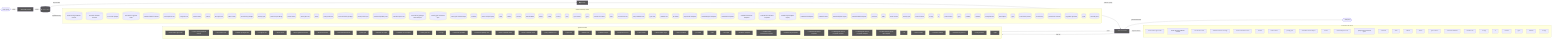
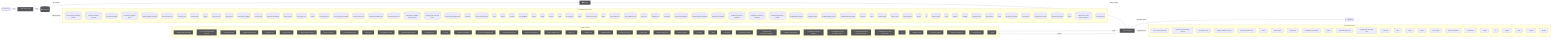
flowchart LR
  UserQ(["👤 User Query"])
  Embed["📐 Embedding Model"]
  VecDB[("📚 Vector Store")]
  Retriever["🔍 Retriever"]
  LLMNode["🧠 LLM / Generator"]
  Output(["✅ Response"])
  UserQ -->|query| Embed
  Embed -->|vector| VecDB
  VecDB -->|top-k chunks| Retriever
  Retriever -->|context + query| LLMNode
  LLMNode -->|generated answer| Output
  subgraph DetectedMemory["Detected memory stores"]
    det_detectedmemory_check_steering_feedback_contract_80134459[("check-steering-feedback-contract")]
    det_detectedmemory_normalize_workflow_contracts_8701f1c8[("normalize-workflow-contracts")]
    det_detectedmemory_sync_codex_preflight_7e7a8dc2[("sync-codex-preflight")]
    det_detectedmemory_test_harness_upgrade_matrix_84113c4e[("test-harness-upgrade-matrix")]
    det_detectedmemory_validate_workflow_contracts_33dc063c[("validate-workflow-contracts")]
    det_detectedmemory_branch_protect_core_a8feb0fd[("branch-protect-core")]
    det_detectedmemory_ci_migrate_core_7005b5af[("ci-migrate-core")]
    det_detectedmemory_context_health_80bb7da9[("context-health")]
    det_detectedmemory_context_ea7792a2[("context")]
    det_detectedmemory_docs_gate_core_eb9b6c18[("docs-gate-core")]
    det_detectedmemory_index_context_de3ed39d[("index-context")]
    det_detectedmemory_local_memory_preflight_dcc36c42[("local-memory-preflight")]
    det_detectedmemory_memory_gate_a577a506[("memory-gate")]
    det_detectedmemory_pattern_scope_siblings_43abe000[("pattern-scope-siblings")]
    det_detectedmemory_review_context_ca6cf81d[("review-context")]
    det_detectedmemory_review_gate_core_4c8001f9[("review-gate-core")]
    det_detectedmemory_search_24193290[("search")]
    det_detectedmemory_tooling_audit_core_328d6a41[("tooling-audit-core")]
    det_detectedmemory_run_local_memory_preflight_36e92808[("run-local-memory-preflight")]
    det_detectedmemory_branch_protect_sync_570adb18[("branch-protect-sync")]
    det_detectedmemory_command_capability_rules_ca3f496a[("command-capability-rules")]
    det_detectedmemory_command_specs_core_1c0ffc99[("command-specs-core")]
    det_detectedmemory_local_memory_preflight_command_spec_9e23f3ce[("local-memory-preflight-command-spec")]
    det_detectedmemory_memory_gate_command_spec_dc9001a9[("memory-gate-command-spec")]
    det_detectedmemory_review_gate_command_spec_3187376a[("review-gate-command-spec")]
    det_detectedmemory_constants_7517017f[("constants")]
    det_detectedmemory_context_compact_policy_3dcaf95d[("context-compact-policy")]
    det_detectedmemory_index_1bc04b52[("index")]
    det_detectedmemory_indexer_70fa78e5[("indexer")]
    det_detectedmemory_init_error_5c7dd49f[("init-error")]
    det_detectedmemory_lexical_fallback_723e2b3e[("lexical-fallback")]
    det_detectedmemory_ollama_76e3c7bf[("ollama")]
    det_detectedmemory_rollout_a4fa034c[("rollout")]
    det_detectedmemory_sources_878a52fc[("sources")]
    det_detectedmemory_store_824d80d7[("store")]
    det_detectedmemory_sync_contract_c79fa191[("sync-contract")]
    det_detectedmemory_types_4_822d0f88[("types")]
    det_detectedmemory_harness_run_context_ac7c77a9[("harness-run-context")]
    det_detectedmemory_index_1_faebc14e[("index")]
    det_detectedmemory_json_schema_core_96d7e328[("json-schema-core")]
    det_detectedmemory_policy_validators_core_714a3fe7[("policy-validators-core")]
    det_detectedmemory_types_core_e405ddca[("types-core")]
    det_detectedmemory_validator_core_4358f8ba[("validator-core")]
    det_detectedmemory_init_modes_c05ceb07[("init-modes")]
    det_detectedmemory_project_brain_templates_7ef51530[("project-brain-templates")]
    det_detectedmemory_scaffold_diagram_templates_dd88e83c[("scaffold-diagram-templates")]
    det_detectedmemory_scaffold_doc_templates_f6152330[("scaffold-doc-templates")]
    det_detectedmemory_scaffold_environment_templates_c1ceba6a[("scaffold-environment-templates")]
    det_detectedmemory_scaffold_root_command_templates_404fed7f[("scaffold-root-command-templates")]
    det_detectedmemory_scaffold_script_template_registry_69312d4e[("scaffold-script-template-registry")]
    det_detectedmemory_scaffold_shell_templates_0ad0f915[("scaffold-shell-templates")]
    det_detectedmemory_scaffold_surfaces_12d6494e[("scaffold-surfaces")]
    det_detectedmemory_scaffold_template_registry_b1cce2aa[("scaffold-template-registry")]
    det_detectedmemory_scaffold_workflow_template_92310587[("scaffold-workflow-template")]
    det_detectedmemory_eval_seed_5699fd3e[("eval-seed")]
    det_detectedmemory_index_4_013aa0e3[("index")]
    det_detectedmemory_review_context_1_e3afed15[("review-context")]
    det_detectedmemory_memory_gate_1_265164ac[("memory-gate")]
    det_detectedmemory_branch_enforcer_acb749cd[("branch-enforcer")]
    det_detectedmemory_cli_args_5_09ea29f0[("cli-args")]
    det_detectedmemory_cli_4_4efe97c7[("cli")]
    det_detectedmemory_metrics_tracker_98cec29c[("metrics-tracker")]
    det_detectedmemory_types_11_4be3ee64[("types")]
    det_detectedmemory_validator_4_5180cf23[("validator")]
    det_detectedmemory_classifier_fe1991a9[("classifier")]
    det_detectedmemory_tooling_baseline_50ab2eeb[("tooling-baseline")]
    det_detectedmemory_claim_helpers_20dc8387[("claim-helpers")]
    det_detectedmemory_types_16_0fae1112[("types")]
    det_detectedmemory_local_memory_smoke_1175abfc[("local-memory-smoke")]
    det_detectedmemory_local_memory_0db17ecc[("local-memory")]
    det_detectedmemory_performance_overload_c685bfcf[("performance-overload")]
    det_detectedmemory_suggestion_generator_0956f794[("suggestion-generator")]
    det_detectedmemory_types_23_4352ee2e[("types")]
+     det_detectedmemory_runtime_card_codex_runtime_validation_d8ce9934[("runtime-card-codex-runtime-validation")]
    det_detectedmemory_overload_guard_2748c559[("overload-guard")]
  end
  VecDB -. "implemented by" .-> DetectedMemory
  subgraph DetectedLLM["Detected LLM clients"]
    det_detectedllm_check_codex_agent_roles_5bb2e89b["check-codex-agent-roles"]
    det_detectedllm_check_steering_feedback_contract_80134459["check-steering-feedback-contract"]
    det_detectedllm_run_harness_evals_77704768["run-harness-evals"]
    det_detectedllm_validate_reviewer_coverage_251efee3["validate-reviewer-coverage"]
    det_detectedllm_check_environment_core_2c16213f["check-environment-core"]
    det_detectedllm_context_ea7792a2["context"]
    det_detectedllm_index_context_de3ed39d["index-context"]
    det_detectedllm_prompt_gate_c5e9d207["prompt-gate"]
    det_detectedllm_remediate_runner_helpers_929fedcc["remediate-runner-helpers"]
    det_detectedllm_search_24193290["search"]
    det_detectedllm_command_specs_core_1c0ffc99["command-specs-core"]
    det_detectedllm_prompt_gate_command_spec_9a941482["prompt-gate-command-spec"]
    det_detectedllm_constants_7517017f["constants"]
    det_detectedllm_index_1bc04b52["index"]
    det_detectedllm_indexer_70fa78e5["indexer"]
    det_detectedllm_ollama_76e3c7bf["ollama"]
    det_detectedllm_sync_contract_c79fa191["sync-contract"]
    det_detectedllm_north_star_validators_cfc926ce["north-star-validators"]
    det_detectedllm_sensitive_text_7c11f760["sensitive-text"]
    det_detectedllm_cli_args_9_9c136878["cli-args"]
    det_detectedllm_cli_8_e3a6ce03["cli"]
    det_detectedllm_sections_4697ef32["sections"]
    det_detectedllm_types_19_eb4ad5f0["types"]
    det_detectedllm_validator_6_3688adbf["validator"]
    det_detectedllm_cli_args_10_861cdd3f["cli-args"]
  end
  LLMNode -. "implemented by" .-> DetectedLLM
  subgraph DetectedTools["Agentic tool calls"]
    det_detectedtools_check_codex_agent_roles_5bb2e89b["🔧 check-codex-agent-roles"]
    det_detectedtools_check_steering_feedback_contract_80134459["🔧 check-steering-feedback-contract"]
    det_detectedtools_run_harness_evals_77704768["🔧 run-harness-evals"]
    det_detectedtools_validate_packaged_skill_5e32c890["🔧 validate-packaged-skill"]
    det_detectedtools_ci_migrate_core_7005b5af["🔧 ci-migrate-core"]
    det_detectedtools_doctor_checks_5a2eb2b9["🔧 doctor-checks"]
    det_detectedtools_doctor_github_tool_checks_a53b0382["🔧 doctor-github-tool-checks"]
    det_detectedtools_doctor_tool_checks_4acac51a["🔧 doctor-tool-checks"]
    det_detectedtools_next_blocked_decisions_4140ad2b["🔧 next-blocked-decisions"]
    det_detectedtools_policy_gate_213f7313["🔧 policy-gate"]
    det_detectedtools_remediate_cli_output_cc165396["🔧 remediate-cli-output"]
    det_detectedtools_remediate_runner_helpers_929fedcc["🔧 remediate-runner-helpers"]
    det_detectedtools_review_gate_core_4c8001f9["🔧 review-gate-core"]
    det_detectedtools_cli_args_1_6144b055["🔧 cli-args"]
    det_detectedtools_command_capabilities_a4d5c71e["🔧 command-capabilities"]
    det_detectedtools_command_capability_rules_ca3f496a["🔧 command-capability-rules"]
    det_detectedtools_linear_command_actions_e430f4f4["🔧 linear-command-actions"]
    det_detectedtools_linear_command_runner_4a740dfc["🔧 linear-command-runner"]
    det_detectedtools_policy_validators_core_714a3fe7["🔧 policy-validators-core"]
    det_detectedtools_types_core_e405ddca["🔧 types-core"]
    det_detectedtools_validator_core_4358f8ba["🔧 validator-core"]
    det_detectedtools_validator_helpers_7b927667["🔧 validator-helpers"]
    det_detectedtools_he_phase_exit_core_1148895b["🔧 he-phase-exit-core"]
    det_detectedtools_ralph_runtime_73d63c0e["🔧 ralph-runtime"]
    det_detectedtools_observed_skill_usage_ed7d5930["🔧 observed-skill-usage"]
    det_detectedtools_closure_evidence_aaa31467["🔧 closure-evidence"]
    det_detectedtools_pr_creator_dc6b1ea4["🔧 pr-creator"]
    det_detectedtools_client_948fe603["🔧 client"]
    det_detectedtools_init_output_360dce91["🔧 init-output"]
    det_detectedtools_scaffold_ci_templates_2afd6392["🔧 scaffold-ci-templates"]
    det_detectedtools_scaffold_codex_environment_templates_334fbbed["🔧 scaffold-codex-environment-templates"]
    det_detectedtools_scaffold_config_templates_4b80ce53["🔧 scaffold-config-templates"]
    det_detectedtools_scaffold_environment_templates_c1ceba6a["🔧 scaffold-environment-templates"]
    det_detectedtools_scaffold_github_actions_pr_pipeline_renderer_1ee18de5["🔧 scaffold-github-actions-pr-pipeline-renderer"]
    det_detectedtools_scaffold_github_actions_pr_pipeline_template_e2b85f62["🔧 scaffold-github-actions-pr-pipeline-template"]
    det_detectedtools_scaffold_release_private_npm_template_075499f8["🔧 scaffold-release-private-npm-template"]
    det_detectedtools_cli_4_4efe97c7["🔧 cli"]
    det_detectedtools_metrics_tracker_98cec29c["🔧 metrics-tracker"]
    det_detectedtools_normalise_renderer_85f2e563["🔧 normalise-renderer"]
    det_detectedtools_evaluation_engine_core_e054fe49["🔧 evaluation-engine-core"]
    det_detectedtools_tooling_baseline_50ab2eeb["🔧 tooling-baseline"]
    det_detectedtools_types_25_89d086aa["🔧 types"]
  end
  LLMNode -->|tool use| DetectedTools
  DetectedTools -->|result| LLMNode
  classDef memNode fill:#555,color:#fff
  class VecDB,Retriever memNode
  classDef llmNode fill:#555,color:#fff
  class LLMNode,Embed llmNode
  classDef toolNode fill:#555,color:#fff
  class det_detectedtools_check_codex_agent_roles_5bb2e89b,det_detectedtools_check_steering_feedback_contract_80134459,det_detectedtools_run_harness_evals_77704768,det_detectedtools_validate_packaged_skill_5e32c890,det_detectedtools_ci_migrate_core_7005b5af,det_detectedtools_doctor_checks_5a2eb2b9,det_detectedtools_doctor_github_tool_checks_a53b0382,det_detectedtools_doctor_tool_checks_4acac51a,det_detectedtools_next_blocked_decisions_4140ad2b,det_detectedtools_policy_gate_213f7313,det_detectedtools_remediate_cli_output_cc165396,det_detectedtools_remediate_runner_helpers_929fedcc,det_detectedtools_review_gate_core_4c8001f9,det_detectedtools_cli_args_1_6144b055,det_detectedtools_command_capabilities_a4d5c71e,det_detectedtools_command_capability_rules_ca3f496a,det_detectedtools_linear_command_actions_e430f4f4,det_detectedtools_linear_command_runner_4a740dfc,det_detectedtools_policy_validators_core_714a3fe7,det_detectedtools_types_core_e405ddca,det_detectedtools_validator_core_4358f8ba,det_detectedtools_validator_helpers_7b927667,det_detectedtools_he_phase_exit_core_1148895b,det_detectedtools_ralph_runtime_73d63c0e,det_detectedtools_observed_skill_usage_ed7d5930,det_detectedtools_closure_evidence_aaa31467,det_detectedtools_pr_creator_dc6b1ea4,det_detectedtools_client_948fe603,det_detectedtools_init_output_360dce91,det_detectedtools_scaffold_ci_templates_2afd6392,det_detectedtools_scaffold_codex_environment_templates_334fbbed,det_detectedtools_scaffold_config_templates_4b80ce53,det_detectedtools_scaffold_environment_templates_c1ceba6a,det_detectedtools_scaffold_github_actions_pr_pipeline_renderer_1ee18de5,det_detectedtools_scaffold_github_actions_pr_pipeline_template_e2b85f62,det_detectedtools_scaffold_release_private_npm_template_075499f8,det_detectedtools_cli_4_4efe97c7,det_detectedtools_metrics_tracker_98cec29c,det_detectedtools_normalise_renderer_85f2e563,det_detectedtools_evaluation_engine_core_e054fe49,det_detectedtools_tooling_baseline_50ab2eeb,det_detectedtools_types_25_89d086aa toolNode
